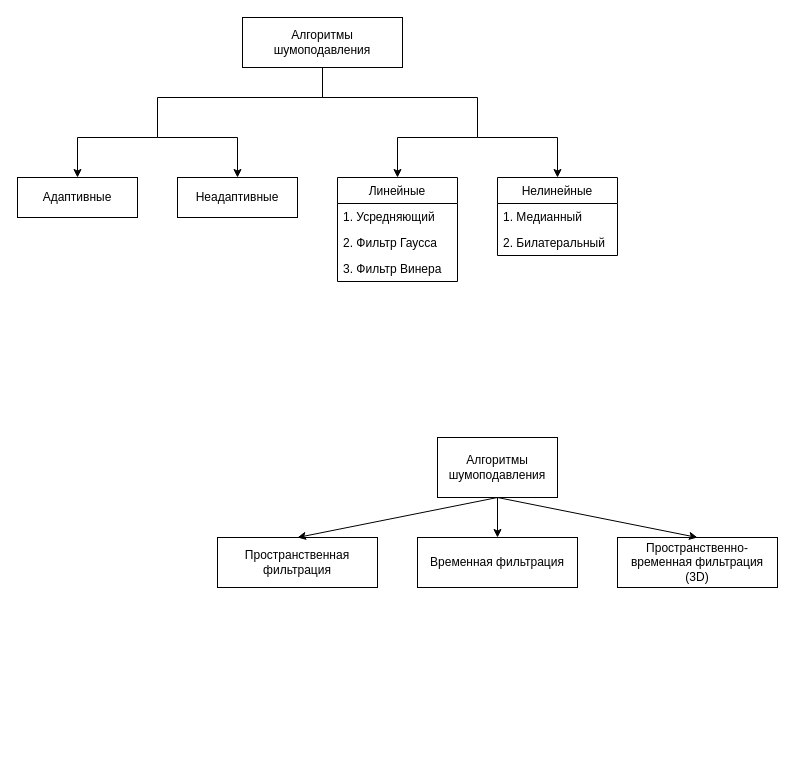
Earlier version of the draw.io diagram Pictures_and_diagrams/algorithm_classification.drawio (Radiophantom/master_yoda). Source tidied: cells renumbered, new cells numbered last; positions are measured from the earlier drawing's top-left corner, leaving out a move shared by most shapes. Both pictures are drawn from the tidied source at 100%, with x=0, y=0 at pixel (17, 17).
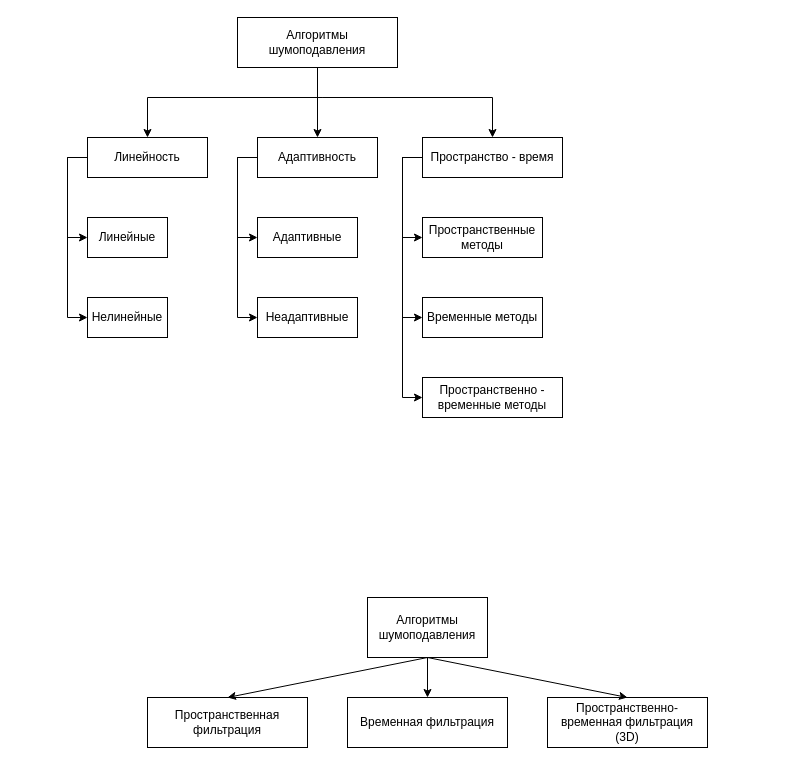
The same diagram, later.

The edit, as a diff of the source:
```diff
@@
-    <mxCell id="2" style="edgeStyle=orthogonalEdgeStyle;rounded=0;jettySize=auto;html=1;exitX=0.5;exitY=1;exitDx=0;exitDy=0;endArrow=none;endFill=0;" parent="1" edge="1" source="4">
-      <mxGeometry relative="1" as="geometry">
-        <mxPoint x="140" y="120" as="targetPoint" />
-        <Array as="points">
-          <mxPoint x="305" y="80" />
-          <mxPoint x="140" y="80" />
-        </Array>
-      </mxGeometry>
-    </mxCell>
-    <mxCell id="3" style="edgeStyle=orthogonalEdgeStyle;rounded=0;jettySize=auto;html=1;exitX=0.5;exitY=1;exitDx=0;exitDy=0;startArrow=none;startFill=0;endArrow=none;endFill=0;" parent="1" edge="1" source="4">
-      <mxGeometry relative="1" as="geometry">
-        <mxPoint x="460" y="120" as="targetPoint" />
-        <Array as="points">
-          <mxPoint x="305" y="80" />
-          <mxPoint x="460" y="80" />
-        </Array>
-      </mxGeometry>
-    </mxCell>
+    <mxCell id="25" style="edgeStyle=orthogonalEdgeStyle;rounded=0;jettySize=auto;html=1;exitX=0.5;exitY=1;exitDx=0;exitDy=0;entryX=0.5;entryY=0;entryDx=0;entryDy=0;" parent="1" edge="1" source="4" target="33">
+      <mxGeometry relative="1" as="geometry">
+        <Array as="points">
+          <mxPoint x="305" y="80" />
+          <mxPoint x="470" y="80" />
+        </Array>
+      </mxGeometry>
+    </mxCell>
     <mxCell id="4" value="Алгоритмы шумоподавления" style="rounded=0;whiteSpace=wrap;html=1;" parent="1" vertex="1">
-      <mxGeometry x="225" width="160" height="50" as="geometry" />
+      <mxGeometry x="220" width="160" height="50" as="geometry" />
     </mxCell>
-    <mxCell id="5" style="edgeStyle=orthogonalEdgeStyle;rounded=0;jettySize=auto;html=1;exitX=0.5;exitY=0;exitDx=0;exitDy=0;startArrow=classic;startFill=1;endArrow=none;endFill=0;" parent="1" edge="1" source="6">
+    <mxCell id="5" style="edgeStyle=orthogonalEdgeStyle;rounded=0;jettySize=auto;html=1;exitX=0.5;exitY=0;exitDx=0;exitDy=0;startArrow=classic;startFill=1;endArrow=classic;endFill=1;entryX=0.5;entryY=0;entryDx=0;entryDy=0;" parent="1" edge="1" source="6" target="24">
       <mxGeometry relative="1" as="geometry">
-        <mxPoint x="140" y="120" as="targetPoint" />
         <Array as="points">
-          <mxPoint x="220" y="120" />
+          <mxPoint x="305" y="80" />
+          <mxPoint x="140" y="80" />
         </Array>
       </mxGeometry>
     </mxCell>
+    <mxCell id="26" style="edgeStyle=orthogonalEdgeStyle;rounded=0;jettySize=auto;html=1;exitX=0;exitY=0.5;exitDx=0;exitDy=0;entryX=0;entryY=0.5;entryDx=0;entryDy=0;endArrow=classic;endFill=1;" parent="1" edge="1" source="6" target="34">
+      <mxGeometry relative="1" as="geometry" />
+    </mxCell>
+    <mxCell id="27" style="edgeStyle=orthogonalEdgeStyle;rounded=0;jettySize=auto;html=1;exitX=0;exitY=0.5;exitDx=0;exitDy=0;entryX=0;entryY=0.5;entryDx=0;entryDy=0;endArrow=classic;endFill=1;" parent="1" edge="1" source="6" target="35">
+      <mxGeometry relative="1" as="geometry" />
+    </mxCell>
-    <mxCell id="6" value="Неадаптивные" style="rounded=0;whiteSpace=wrap;html=1;" parent="1" vertex="1">
-      <mxGeometry x="160" y="160" width="120" height="40" as="geometry" />
+    <mxCell id="6" value="Адаптивность" style="rounded=0;whiteSpace=wrap;html=1;" parent="1" vertex="1">
+      <mxGeometry x="240" y="120" width="120" height="40" as="geometry" />
     </mxCell>
     <mxCell id="7" value="Пространственная фильтрация" style="whiteSpace=wrap;html=1;" parent="1" vertex="1">
-      <mxGeometry x="200" y="520" width="160" height="50" as="geometry" />
+      <mxGeometry x="130" y="680" width="160" height="50" as="geometry" />
     </mxCell>
     <mxCell id="8" value="Временная фильтрация" style="whiteSpace=wrap;html=1;" parent="1" vertex="1">
-      <mxGeometry x="400" y="520" width="160" height="50" as="geometry" />
+      <mxGeometry x="330" y="680" width="160" height="50" as="geometry" />
     </mxCell>
     <mxCell id="9" value="Пространственно-временная фильтрация (3D)" style="whiteSpace=wrap;html=1;" parent="1" vertex="1">
-      <mxGeometry x="600" y="520" width="160" height="50" as="geometry" />
+      <mxGeometry x="530" y="680" width="160" height="50" as="geometry" />
     </mxCell>
-    <mxCell id="10" style="rounded=0;jettySize=auto;html=1;exitX=0.5;exitY=0;exitDx=0;exitDy=0;endArrow=none;endFill=0;startArrow=classic;startFill=1;edgeStyle=orthogonalEdgeStyle;" parent="1" edge="1" source="24">
-      <mxGeometry relative="1" as="geometry">
-        <mxPoint x="140" y="120" as="targetPoint" />
-        <Array as="points">
-          <mxPoint x="60" y="120" />
-        </Array>
-      </mxGeometry>
-    </mxCell>
@@
     <mxCell id="14" value="Алгоритмы шумоподавления" style="whiteSpace=wrap;html=1;" parent="1" vertex="1">
-      <mxGeometry x="420" y="420" width="120" height="60" as="geometry" />
+      <mxGeometry x="350" y="580" width="120" height="60" as="geometry" />
     </mxCell>
-    <mxCell id="15" style="edgeStyle=orthogonalEdgeStyle;rounded=0;jettySize=auto;html=1;exitX=0.5;exitY=0;exitDx=0;exitDy=0;startArrow=classic;startFill=1;endArrow=none;endFill=0;" parent="1" edge="1" source="16">
-      <mxGeometry relative="1" as="geometry">
-        <mxPoint x="460" y="120" as="targetPoint" />
-        <Array as="points">
-          <mxPoint x="380" y="120" />
-        </Array>
-      </mxGeometry>
-    </mxCell>
+    <mxCell id="28" style="edgeStyle=orthogonalEdgeStyle;rounded=0;jettySize=auto;html=1;exitX=0;exitY=0.5;exitDx=0;exitDy=0;entryX=0;entryY=0.5;entryDx=0;entryDy=0;endArrow=classic;endFill=1;" parent="1" edge="1" source="24" target="16">
+      <mxGeometry relative="1" as="geometry" />
+    </mxCell>
+    <mxCell id="29" style="edgeStyle=orthogonalEdgeStyle;rounded=0;jettySize=auto;html=1;exitX=0;exitY=0.5;exitDx=0;exitDy=0;entryX=0;entryY=0.5;entryDx=0;entryDy=0;endArrow=classic;endFill=1;" parent="1" edge="1" source="24" target="21">
+      <mxGeometry relative="1" as="geometry" />
+    </mxCell>
+    <mxCell id="24" value="Линейность" style="rounded=0;whiteSpace=wrap;html=1;" parent="1" vertex="1">
+      <mxGeometry x="70" y="120" width="120" height="40" as="geometry" />
+    </mxCell>
+    <mxCell id="30" style="edgeStyle=orthogonalEdgeStyle;rounded=0;jettySize=auto;html=1;exitX=0;exitY=0.5;exitDx=0;exitDy=0;entryX=0;entryY=0.5;entryDx=0;entryDy=0;endArrow=classic;endFill=1;" parent="1" edge="1" source="33" target="36">
+      <mxGeometry relative="1" as="geometry" />
+    </mxCell>
+    <mxCell id="31" style="edgeStyle=orthogonalEdgeStyle;rounded=0;jettySize=auto;html=1;exitX=0;exitY=0.5;exitDx=0;exitDy=0;entryX=0;entryY=0.5;entryDx=0;entryDy=0;endArrow=classic;endFill=1;" parent="1" edge="1" source="33" target="37">
+      <mxGeometry relative="1" as="geometry" />
+    </mxCell>
+    <mxCell id="32" style="edgeStyle=orthogonalEdgeStyle;rounded=0;jettySize=auto;html=1;exitX=0;exitY=0.5;exitDx=0;exitDy=0;entryX=0;entryY=0.5;entryDx=0;entryDy=0;endArrow=classic;endFill=1;" parent="1" edge="1" source="33" target="38">
+      <mxGeometry relative="1" as="geometry" />
+    </mxCell>
+    <mxCell id="33" value="Пространство - время" style="whiteSpace=wrap;html=1;" parent="1" vertex="1">
+      <mxGeometry x="405" y="120" width="140" height="40" as="geometry" />
+    </mxCell>
-    <mxCell id="16" value="Линейные" style="swimlane;fontStyle=0;horizontal=1;startSize=26;" parent="1" vertex="1">
-      <mxGeometry x="320" y="160" width="120" height="104" as="geometry" />
+    <mxCell id="16" value="Линейные" style="whiteSpace=wrap;html=1;" parent="1" vertex="1">
+      <mxGeometry x="70" y="200" width="80" height="40" as="geometry" />
     </mxCell>
-    <mxCell id="17" value="1. Усредняющий" style="text;strokeColor=none;fillColor=none;align=left;verticalAlign=top;spacingLeft=4;spacingRight=4;overflow=hidden;" parent="16" vertex="1">
-      <mxGeometry y="26" width="120" height="26" as="geometry" />
-    </mxCell>
-    <mxCell id="18" value="2. Фильтр Гаусса" style="text;strokeColor=none;fillColor=none;align=left;verticalAlign=top;spacingLeft=4;spacingRight=4;overflow=hidden;" parent="16" vertex="1">
-      <mxGeometry y="52" width="120" height="26" as="geometry" />
-    </mxCell>
-    <mxCell id="19" value="3. Фильтр Винера" style="text;strokeColor=none;fillColor=none;align=left;verticalAlign=top;spacingLeft=4;spacingRight=4;overflow=hidden;" parent="16" vertex="1">
-      <mxGeometry y="78" width="120" height="26" as="geometry" />
-    </mxCell>
-    <mxCell id="20" style="edgeStyle=orthogonalEdgeStyle;rounded=0;jettySize=auto;html=1;exitX=0.5;exitY=0;exitDx=0;exitDy=0;startArrow=classic;startFill=1;endArrow=none;endFill=0;" parent="1" edge="1" source="21">
-      <mxGeometry relative="1" as="geometry">
-        <mxPoint x="460" y="120" as="targetPoint" />
-        <Array as="points">
-          <mxPoint x="540" y="120" />
-        </Array>
-      </mxGeometry>
-    </mxCell>
-    <mxCell id="21" value="Нелинейные" style="swimlane;fontStyle=0;horizontal=1;startSize=26;" parent="1" vertex="1">
-      <mxGeometry x="480" y="160" width="120" height="78" as="geometry" />
+    <mxCell id="21" value="Нелинейные" style="whiteSpace=wrap;html=1;" parent="1" vertex="1">
+      <mxGeometry x="70" y="280" width="80" height="40" as="geometry" />
     </mxCell>
-    <mxCell id="22" value="1. Медианный" style="text;strokeColor=none;fillColor=none;align=left;verticalAlign=top;spacingLeft=4;spacingRight=4;overflow=hidden;" parent="21" vertex="1">
-      <mxGeometry y="26" width="120" height="26" as="geometry" />
-    </mxCell>
-    <mxCell id="23" value="2. Билатеральный" style="text;strokeColor=none;fillColor=none;align=left;verticalAlign=top;spacingLeft=4;spacingRight=4;overflow=hidden;" parent="21" vertex="1">
-      <mxGeometry y="52" width="120" height="26" as="geometry" />
-    </mxCell>
-    <mxCell id="24" value="Адаптивные" style="rounded=0;whiteSpace=wrap;html=1;" parent="1" vertex="1">
-      <mxGeometry y="160" width="120" height="40" as="geometry" />
-    </mxCell>
+    <mxCell id="34" value="Адаптивные" style="whiteSpace=wrap;html=1;" parent="1" vertex="1">
+      <mxGeometry x="240" y="200" width="100" height="40" as="geometry" />
+    </mxCell>
+    <mxCell id="35" value="Неадаптивные" style="whiteSpace=wrap;html=1;" parent="1" vertex="1">
+      <mxGeometry x="240" y="280" width="100" height="40" as="geometry" />
+    </mxCell>
+    <mxCell id="36" value="Пространственные методы" style="whiteSpace=wrap;html=1;" parent="1" vertex="1">
+      <mxGeometry x="405" y="200" width="120" height="40" as="geometry" />
+    </mxCell>
+    <mxCell id="37" value="Временные методы" style="whiteSpace=wrap;html=1;" parent="1" vertex="1">
+      <mxGeometry x="405" y="280" width="120" height="40" as="geometry" />
+    </mxCell>
+    <mxCell id="38" value="Пространственно - временные методы" style="whiteSpace=wrap;html=1;" parent="1" vertex="1">
+      <mxGeometry x="405" y="360" width="140" height="40" as="geometry" />
+    </mxCell>
```
